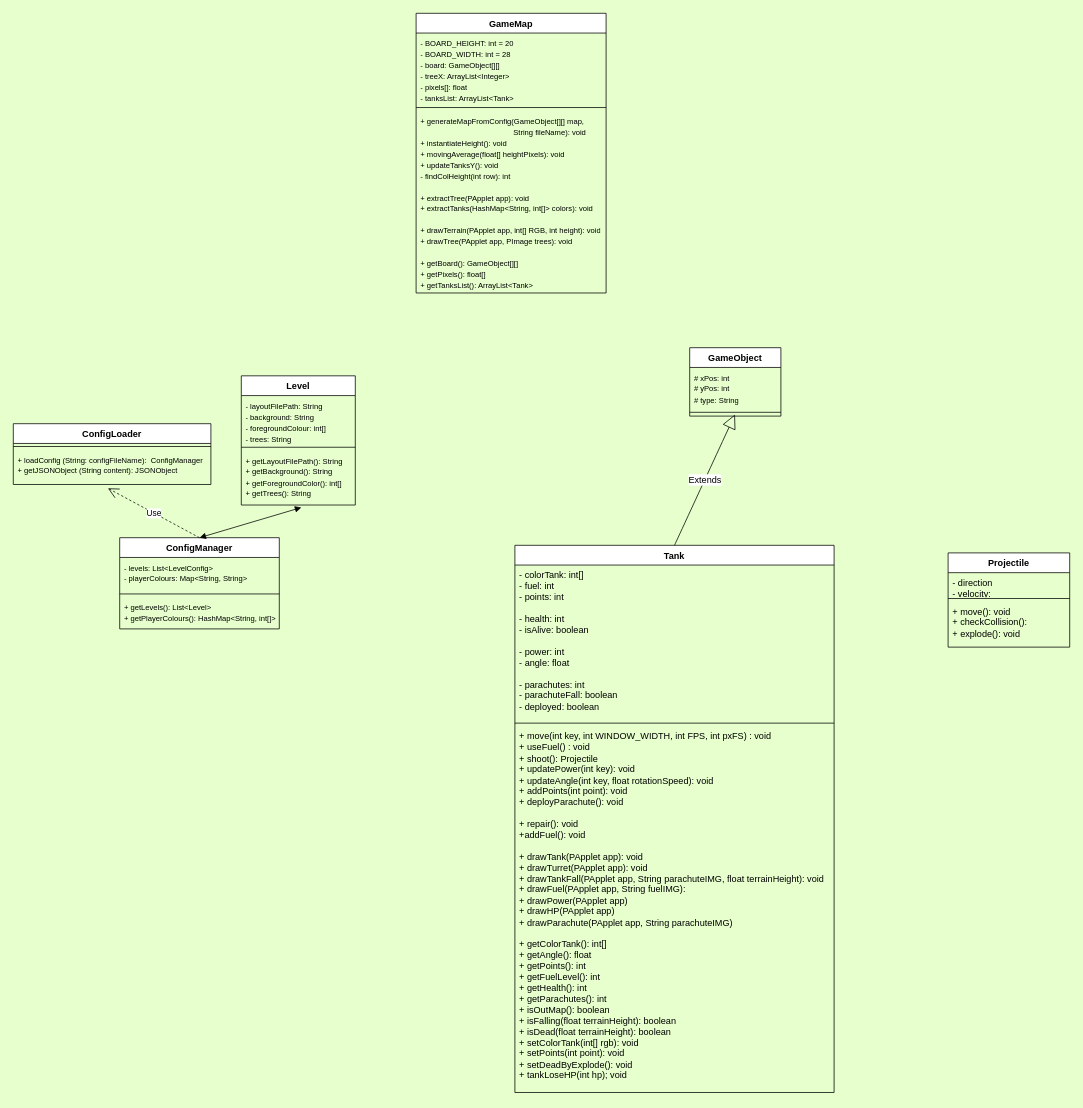
Before: Tanks Layout.drawio in NguyenChHieu/Tanks, a draw.io diagram. Source tidied: cells renumbered, new cells numbered last; positions are measured from the earlier drawing's top-left corner, leaving out a move shared by most shapes. Both pictures are drawn from the tidied source at 76%, with x=0, y=0 at pixel (13, 13).
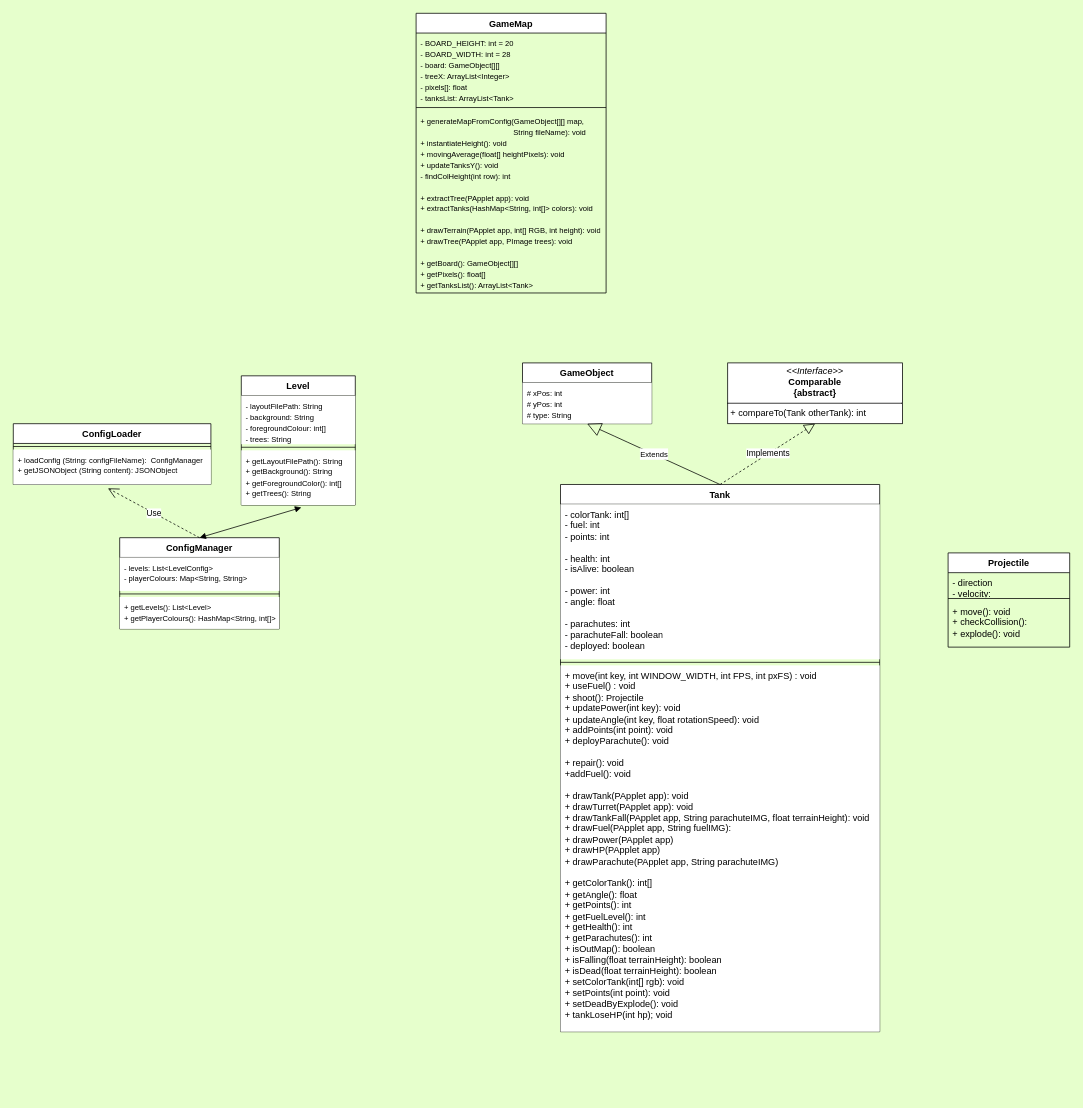
Above is the later version.

The change refers to these unchanged cells:
```xml
<mxCell id="6" value="ConfigManager" style="swimlane;fontStyle=1;align=center;verticalAlign=top;horizontal=1;startSize=26;whiteSpace=wrap;html=1;" parent="1" vertex="1">
  <mxGeometry x="140" y="690" width="210" height="120" as="geometry" />
</mxCell>
<mxCell id="10" value="Level" style="swimlane;fontStyle=1;align=center;verticalAlign=top;horizontal=1;startSize=26;whiteSpace=wrap;html=1;" parent="1" vertex="1">
  <mxGeometry x="300" y="477" width="150" height="170" as="geometry" />
</mxCell>
<mxCell id="22" value="ConfigLoader" style="swimlane;fontStyle=1;align=center;verticalAlign=top;horizontal=1;startSize=26;whiteSpace=wrap;html=1;" parent="1" vertex="1">
  <mxGeometry y="540" width="260" height="80" as="geometry" />
</mxCell>
```

Change to the diagram source:
```diff
@@
     <mxCell id="2" value="Tank" style="swimlane;fontStyle=1;align=center;verticalAlign=top;horizontal=1;startSize=26;whiteSpace=wrap;html=1;" parent="1" vertex="1">
-      <mxGeometry x="660" y="700" width="420" height="720" as="geometry" />
+      <mxGeometry x="720" y="620" width="420" height="720" as="geometry" />
     </mxCell>
-    <mxCell id="3" value="&lt;div&gt;- colorTank: int[]&lt;/div&gt;&lt;div&gt;- fuel: int&lt;/div&gt;&lt;div&gt;- points: int&lt;/div&gt;&lt;div&gt;&lt;br&gt;&lt;/div&gt;&lt;div&gt;- health: int&lt;/div&gt;&lt;div&gt;- isAlive: boolean&lt;/div&gt;&lt;div&gt;&lt;br&gt;&lt;/div&gt;&lt;div&gt;- power: int&lt;/div&gt;&lt;div&gt;- angle: float&lt;/div&gt;&lt;div&gt;&lt;br&gt;&lt;/div&gt;&lt;div&gt;- parachutes: int&lt;/div&gt;&lt;div&gt;- parachuteFall: boolean&lt;/div&gt;&lt;div&gt;- deployed: boolean&lt;/div&gt;" style="text;strokeColor=none;fillColor=none;align=left;verticalAlign=top;spacingLeft=4;spacingRight=4;overflow=hidden;whiteSpace=wrap;html=1;" parent="2" vertex="1">
+    <mxCell id="3" value="&lt;div&gt;- colorTank: int[]&lt;/div&gt;&lt;div&gt;- fuel: int&lt;/div&gt;&lt;div&gt;- points: int&lt;/div&gt;&lt;div&gt;&lt;br&gt;&lt;/div&gt;&lt;div&gt;- health: int&lt;/div&gt;&lt;div&gt;- isAlive: boolean&lt;/div&gt;&lt;div&gt;&lt;br&gt;&lt;/div&gt;&lt;div&gt;- power: int&lt;/div&gt;&lt;div&gt;- angle: float&lt;/div&gt;&lt;div&gt;&lt;br&gt;&lt;/div&gt;&lt;div&gt;- parachutes: int&lt;/div&gt;&lt;div&gt;- parachuteFall: boolean&lt;/div&gt;&lt;div&gt;- deployed: boolean&lt;/div&gt;" style="text;strokeColor=none;fillColor=default;align=left;verticalAlign=top;spacingLeft=4;spacingRight=4;overflow=hidden;whiteSpace=wrap;html=1;" parent="2" vertex="1">
       <mxGeometry y="26" width="420" height="204" as="geometry" />
     </mxCell>
@@
-    <mxCell id="5" value="&lt;font style=&quot;font-size: 12px;&quot;&gt;+ &lt;font style=&quot;&quot;&gt;move(int key,&amp;nbsp;&lt;/font&gt;&lt;/font&gt;&lt;span style=&quot;background-color: initial;&quot;&gt;int WINDOW_WIDTH,&amp;nbsp;&lt;/span&gt;&lt;span style=&quot;background-color: initial;&quot;&gt;int FPS,&amp;nbsp;&lt;/span&gt;&lt;span style=&quot;background-color: initial;&quot;&gt;int pxFS) : void&lt;/span&gt;&lt;div&gt;&lt;div&gt;+ useFuel() : void&lt;/div&gt;&lt;div&gt;+ shoot(): Projectile&lt;/div&gt;&lt;div&gt;&lt;div&gt;+ updatePower(int key): void&lt;/div&gt;&lt;/div&gt;&lt;div&gt;+ updateAngle(int key,&amp;nbsp;&lt;span style=&quot;background-color: initial;&quot;&gt;float rotationSpeed): void&lt;/span&gt;&lt;/div&gt;&lt;div&gt;+ addPoints(int point): void&lt;/div&gt;&lt;div&gt;+ deployParachute(): void&lt;/div&gt;&lt;div&gt;&lt;br&gt;&lt;/div&gt;&lt;div&gt;+ repair(): void&lt;/div&gt;&lt;div&gt;+addFuel(): void&lt;/div&gt;&lt;div&gt;&lt;br&gt;&lt;/div&gt;&lt;div&gt;+ drawTank(PApplet app): void&lt;/div&gt;&lt;/div&gt;&lt;div&gt;+ drawTurret(PApplet app): void&lt;/div&gt;&lt;div&gt;+ drawTankFall(PApplet app,&amp;nbsp;&lt;span style=&quot;background-color: initial;&quot;&gt;String parachuteIMG,&amp;nbsp;&lt;/span&gt;&lt;span style=&quot;background-color: initial;&quot;&gt;float terrainHeight): void&lt;/span&gt;&lt;/div&gt;&lt;div&gt;+ drawFuel(PApplet app,&amp;nbsp;&lt;span style=&quot;background-color: initial;&quot;&gt;String fuelIMG):&amp;nbsp;&lt;/span&gt;&lt;/div&gt;&lt;div&gt;+ drawPower(PApplet app)&lt;/div&gt;&lt;div&gt;+ drawHP(PApplet app)&lt;/div&gt;&lt;div&gt;+ drawParachute(PApplet app, String&amp;nbsp;&lt;span style=&quot;background-color: initial;&quot;&gt;parachuteIMG&lt;/span&gt;&lt;span style=&quot;background-color: initial;&quot;&gt;)&lt;/span&gt;&lt;/div&gt;&lt;div&gt;&lt;br&gt;&lt;/div&gt;&lt;div&gt;+ getColorTank(): int[]&lt;/div&gt;&lt;div&gt;+ getAngle(): float&lt;/div&gt;&lt;div&gt;+ getPoints(): int&lt;/div&gt;&lt;div&gt;+ getFuelLevel(): int&lt;/div&gt;&lt;div&gt;+ getHealth(): int&lt;/div&gt;&lt;div&gt;+ getParachutes(): int&lt;/div&gt;&lt;div&gt;+ isOutMap(): boolean&lt;/div&gt;&lt;div&gt;+ isFalling(float terrainHeight): boolean&lt;/div&gt;&lt;div&gt;+ isDead(&lt;span style=&quot;background-color: initial;&quot;&gt;float terrainHeight&lt;/span&gt;&lt;span style=&quot;background-color: initial;&quot;&gt;): boolean&lt;/span&gt;&lt;/div&gt;&lt;div&gt;+ setColorTank(int[] rgb): void&lt;/div&gt;&lt;div&gt;+ setPoints(int point): void&lt;/div&gt;&lt;div&gt;+ setDeadByExplode(): void&lt;/div&gt;&lt;div&gt;+ tankLoseHP(int hp); void&lt;/div&gt;&lt;div&gt;&lt;br&gt;&lt;/div&gt;" style="text;strokeColor=none;fillColor=none;align=left;verticalAlign=top;spacingLeft=4;spacingRight=4;overflow=hidden;whiteSpace=wrap;html=1;" parent="2" vertex="1">
+    <mxCell id="5" value="&lt;font style=&quot;font-size: 12px;&quot;&gt;+ &lt;font style=&quot;&quot;&gt;move(int key,&amp;nbsp;&lt;/font&gt;&lt;/font&gt;&lt;span style=&quot;background-color: initial;&quot;&gt;int WINDOW_WIDTH,&amp;nbsp;&lt;/span&gt;&lt;span style=&quot;background-color: initial;&quot;&gt;int FPS,&amp;nbsp;&lt;/span&gt;&lt;span style=&quot;background-color: initial;&quot;&gt;int pxFS) : void&lt;/span&gt;&lt;div&gt;&lt;div&gt;+ useFuel() : void&lt;/div&gt;&lt;div&gt;+ shoot(): Projectile&lt;/div&gt;&lt;div&gt;&lt;div&gt;+ updatePower(int key): void&lt;/div&gt;&lt;/div&gt;&lt;div&gt;+ updateAngle(int key,&amp;nbsp;&lt;span style=&quot;background-color: initial;&quot;&gt;float rotationSpeed): void&lt;/span&gt;&lt;/div&gt;&lt;div&gt;+ addPoints(int point): void&lt;/div&gt;&lt;div&gt;+ deployParachute(): void&lt;/div&gt;&lt;div&gt;&lt;br&gt;&lt;/div&gt;&lt;div&gt;+ repair(): void&lt;/div&gt;&lt;div&gt;+addFuel(): void&lt;/div&gt;&lt;div&gt;&lt;br&gt;&lt;/div&gt;&lt;div&gt;+ drawTank(PApplet app): void&lt;/div&gt;&lt;/div&gt;&lt;div&gt;+ drawTurret(PApplet app): void&lt;/div&gt;&lt;div&gt;+ drawTankFall(PApplet app,&amp;nbsp;&lt;span style=&quot;background-color: initial;&quot;&gt;String parachuteIMG,&amp;nbsp;&lt;/span&gt;&lt;span style=&quot;background-color: initial;&quot;&gt;float terrainHeight): void&lt;/span&gt;&lt;/div&gt;&lt;div&gt;+ drawFuel(PApplet app,&amp;nbsp;&lt;span style=&quot;background-color: initial;&quot;&gt;String fuelIMG):&amp;nbsp;&lt;/span&gt;&lt;/div&gt;&lt;div&gt;+ drawPower(PApplet app)&lt;/div&gt;&lt;div&gt;+ drawHP(PApplet app)&lt;/div&gt;&lt;div&gt;+ drawParachute(PApplet app, String&amp;nbsp;&lt;span style=&quot;background-color: initial;&quot;&gt;parachuteIMG&lt;/span&gt;&lt;span style=&quot;background-color: initial;&quot;&gt;)&lt;/span&gt;&lt;/div&gt;&lt;div&gt;&lt;br&gt;&lt;/div&gt;&lt;div&gt;+ getColorTank(): int[]&lt;/div&gt;&lt;div&gt;+ getAngle(): float&lt;/div&gt;&lt;div&gt;+ getPoints(): int&lt;/div&gt;&lt;div&gt;+ getFuelLevel(): int&lt;/div&gt;&lt;div&gt;+ getHealth(): int&lt;/div&gt;&lt;div&gt;+ getParachutes(): int&lt;/div&gt;&lt;div&gt;+ isOutMap(): boolean&lt;/div&gt;&lt;div&gt;+ isFalling(float terrainHeight): boolean&lt;/div&gt;&lt;div&gt;+ isDead(&lt;span style=&quot;background-color: initial;&quot;&gt;float terrainHeight&lt;/span&gt;&lt;span style=&quot;background-color: initial;&quot;&gt;): boolean&lt;/span&gt;&lt;/div&gt;&lt;div&gt;+ setColorTank(int[] rgb): void&lt;/div&gt;&lt;div&gt;+ setPoints(int point): void&lt;/div&gt;&lt;div&gt;+ setDeadByExplode(): void&lt;/div&gt;&lt;div&gt;+ tankLoseHP(int hp); void&lt;/div&gt;&lt;div&gt;&lt;br&gt;&lt;/div&gt;" style="text;strokeColor=none;fillColor=default;align=left;verticalAlign=top;spacingLeft=4;spacingRight=4;overflow=hidden;whiteSpace=wrap;html=1;" parent="2" vertex="1">
       <mxGeometry y="238" width="420" height="482" as="geometry" />
     </mxCell>
@@
-    <mxCell id="7" value="&lt;font style=&quot;font-size: 10px;&quot;&gt;- levels: List&amp;lt;LevelConfig&amp;gt;&lt;/font&gt;&lt;div&gt;&lt;font style=&quot;font-size: 10px;&quot;&gt;- playerColours: Map&amp;lt;String, String&amp;gt;&lt;/font&gt;&lt;/div&gt;" style="text;strokeColor=none;fillColor=none;align=left;verticalAlign=top;spacingLeft=4;spacingRight=4;overflow=hidden;whiteSpace=wrap;html=1;" parent="6" vertex="1">
+    <mxCell id="7" value="&lt;font style=&quot;font-size: 10px;&quot;&gt;- levels: List&amp;lt;LevelConfig&amp;gt;&lt;/font&gt;&lt;div&gt;&lt;font style=&quot;font-size: 10px;&quot;&gt;- playerColours: Map&amp;lt;String, String&amp;gt;&lt;/font&gt;&lt;/div&gt;" style="text;strokeColor=none;fillColor=default;align=left;verticalAlign=top;spacingLeft=4;spacingRight=4;overflow=hidden;whiteSpace=wrap;html=1;" parent="6" vertex="1">
       <mxGeometry y="26" width="210" height="44" as="geometry" />
     </mxCell>
@@
-    <mxCell id="9" value="&lt;font style=&quot;font-size: 10px;&quot;&gt;+ getLevels(): List&amp;lt;Level&amp;gt;&lt;/font&gt;&lt;div&gt;&lt;font style=&quot;font-size: 10px;&quot;&gt;+ getPlayerColours(): HashMap&amp;lt;String, int[]&amp;gt;&lt;/font&gt;&lt;/div&gt;" style="text;strokeColor=none;fillColor=none;align=left;verticalAlign=top;spacingLeft=4;spacingRight=4;overflow=hidden;whiteSpace=wrap;html=1;" parent="6" vertex="1">
+    <mxCell id="9" value="&lt;font style=&quot;font-size: 10px;&quot;&gt;+ getLevels(): List&amp;lt;Level&amp;gt;&lt;/font&gt;&lt;div&gt;&lt;font style=&quot;font-size: 10px;&quot;&gt;+ getPlayerColours(): HashMap&amp;lt;String, int[]&amp;gt;&lt;/font&gt;&lt;/div&gt;" style="text;strokeColor=none;fillColor=default;align=left;verticalAlign=top;spacingLeft=4;spacingRight=4;overflow=hidden;whiteSpace=wrap;html=1;" parent="6" vertex="1">
       <mxGeometry y="78" width="210" height="42" as="geometry" />
     </mxCell>
@@
-    <mxCell id="11" value="&lt;div&gt;&lt;font style=&quot;font-size: 10px;&quot;&gt;- layoutFilePath:&amp;nbsp;&lt;/font&gt;&lt;span style=&quot;font-size: 10px;&quot;&gt;String&lt;/span&gt;&lt;br&gt;&lt;/div&gt;&lt;div&gt;&lt;span style=&quot;background-color: initial;&quot;&gt;&lt;font style=&quot;font-size: 10px;&quot;&gt;- background:&amp;nbsp;&lt;/font&gt;&lt;/span&gt;&lt;span style=&quot;font-size: 10px;&quot;&gt;String&amp;nbsp;&lt;/span&gt;&lt;div&gt;&lt;font style=&quot;font-size: 10px;&quot;&gt;- foregroundColour: int[]&lt;/font&gt;&lt;/div&gt;&lt;div&gt;&lt;font style=&quot;font-size: 10px;&quot;&gt;- trees:&amp;nbsp;&lt;/font&gt;&lt;span style=&quot;font-size: 10px; background-color: initial;&quot;&gt;String&lt;/span&gt;&lt;/div&gt;&lt;/div&gt;" style="text;strokeColor=none;fillColor=none;align=left;verticalAlign=top;spacingLeft=4;spacingRight=4;overflow=hidden;whiteSpace=wrap;html=1;" parent="10" vertex="1">
+    <mxCell id="11" value="&lt;div&gt;&lt;font style=&quot;font-size: 10px;&quot;&gt;- layoutFilePath:&amp;nbsp;&lt;/font&gt;&lt;span style=&quot;font-size: 10px;&quot;&gt;String&lt;/span&gt;&lt;br&gt;&lt;/div&gt;&lt;div&gt;&lt;span style=&quot;background-color: initial;&quot;&gt;&lt;font style=&quot;font-size: 10px;&quot;&gt;- background:&amp;nbsp;&lt;/font&gt;&lt;/span&gt;&lt;span style=&quot;font-size: 10px;&quot;&gt;String&amp;nbsp;&lt;/span&gt;&lt;div&gt;&lt;font style=&quot;font-size: 10px;&quot;&gt;- foregroundColour: int[]&lt;/font&gt;&lt;/div&gt;&lt;div&gt;&lt;font style=&quot;font-size: 10px;&quot;&gt;- trees:&amp;nbsp;&lt;/font&gt;&lt;span style=&quot;font-size: 10px; background-color: initial;&quot;&gt;String&lt;/span&gt;&lt;/div&gt;&lt;/div&gt;" style="text;strokeColor=none;fillColor=default;align=left;verticalAlign=top;spacingLeft=4;spacingRight=4;overflow=hidden;whiteSpace=wrap;html=1;" parent="10" vertex="1">
       <mxGeometry y="26" width="150" height="64" as="geometry" />
     </mxCell>
@@
-    <mxCell id="13" value="&lt;font size=&quot;1&quot;&gt;+ getLayoutFilePath(): String&lt;/font&gt;&lt;div&gt;&lt;font size=&quot;1&quot;&gt;+ getBackground(): String&lt;/font&gt;&lt;/div&gt;&lt;div&gt;&lt;font size=&quot;1&quot;&gt;+ getForegroundColor(): int[]&lt;/font&gt;&lt;/div&gt;&lt;div&gt;&lt;font size=&quot;1&quot;&gt;+ getTrees(): String&lt;/font&gt;&lt;/div&gt;" style="text;strokeColor=none;fillColor=none;align=left;verticalAlign=top;spacingLeft=4;spacingRight=4;overflow=hidden;points=[[0,0.5],[1,0.5]];portConstraint=eastwest;whiteSpace=wrap;html=1;" parent="10" vertex="1">
+    <mxCell id="13" value="&lt;font size=&quot;1&quot;&gt;+ getLayoutFilePath(): String&lt;/font&gt;&lt;div&gt;&lt;font size=&quot;1&quot;&gt;+ getBackground(): String&lt;/font&gt;&lt;/div&gt;&lt;div&gt;&lt;font size=&quot;1&quot;&gt;+ getForegroundColor(): int[]&lt;/font&gt;&lt;/div&gt;&lt;div&gt;&lt;font size=&quot;1&quot;&gt;+ getTrees(): String&lt;/font&gt;&lt;/div&gt;" style="text;strokeColor=none;fillColor=default;align=left;verticalAlign=top;spacingLeft=4;spacingRight=4;overflow=hidden;points=[[0,0.5],[1,0.5]];portConstraint=eastwest;whiteSpace=wrap;html=1;" parent="10" vertex="1">
       <mxGeometry y="98" width="150" height="72" as="geometry" />
     </mxCell>
@@
-    <mxCell id="24" value="&lt;font style=&quot;font-size: 10px;&quot;&gt;+ loadConfig (String: configFileName): &amp;nbsp;ConfigManager&lt;/font&gt;&lt;div&gt;&lt;font style=&quot;font-size: 10px;&quot;&gt;+ getJSONObject (String content): JSONObject&lt;/font&gt;&lt;/div&gt;" style="text;strokeColor=none;fillColor=none;align=left;verticalAlign=top;spacingLeft=4;spacingRight=4;overflow=hidden;points=[[0,0.5],[1,0.5]];portConstraint=eastwest;whiteSpace=wrap;html=1;" parent="22" vertex="1">
+    <mxCell id="24" value="&lt;font style=&quot;font-size: 10px;&quot;&gt;+ loadConfig (String: configFileName): &amp;nbsp;ConfigManager&lt;/font&gt;&lt;div&gt;&lt;font style=&quot;font-size: 10px;&quot;&gt;+ getJSONObject (String content): JSONObject&lt;/font&gt;&lt;/div&gt;" style="text;strokeColor=none;fillColor=default;align=left;verticalAlign=top;spacingLeft=4;spacingRight=4;overflow=hidden;points=[[0,0.5],[1,0.5]];portConstraint=eastwest;whiteSpace=wrap;html=1;" parent="22" vertex="1">
       <mxGeometry y="34" width="260" height="46" as="geometry" />
     </mxCell>
@@
     <mxCell id="27" value="GameObject" style="swimlane;fontStyle=1;align=center;verticalAlign=top;horizontal=1;startSize=26;whiteSpace=wrap;html=1;" parent="1" vertex="1">
-      <mxGeometry x="890" y="440" width="120" height="90" as="geometry" />
+      <mxGeometry x="670" y="460" width="170" height="80" as="geometry" />
     </mxCell>
-    <mxCell id="28" value="&lt;font style=&quot;font-size: 10px;&quot;&gt;# xPos: int&lt;/font&gt;&lt;div&gt;&lt;font style=&quot;font-size: 10px;&quot;&gt;# yPos: int&lt;/font&gt;&lt;/div&gt;&lt;div&gt;&lt;font style=&quot;font-size: 10px;&quot;&gt;# type: String&lt;/font&gt;&lt;/div&gt;" style="text;strokeColor=none;fillColor=none;align=left;verticalAlign=top;spacingLeft=4;spacingRight=4;overflow=hidden;whiteSpace=wrap;html=1;" parent="27" vertex="1">
-      <mxGeometry y="26" width="120" height="54" as="geometry" />
+    <mxCell id="28" value="&lt;font style=&quot;font-size: 10px;&quot;&gt;# xPos: int&lt;/font&gt;&lt;div&gt;&lt;font style=&quot;font-size: 10px;&quot;&gt;# yPos: int&lt;/font&gt;&lt;/div&gt;&lt;div&gt;&lt;font style=&quot;font-size: 10px;&quot;&gt;# type: String&lt;/font&gt;&lt;/div&gt;" style="text;strokeColor=none;fillColor=default;align=left;verticalAlign=top;spacingLeft=4;spacingRight=4;overflow=hidden;whiteSpace=wrap;html=1;" parent="27" vertex="1">
+      <mxGeometry y="26" width="170" height="54" as="geometry" />
     </mxCell>
-    <mxCell id="29" style="line;strokeWidth=1;fillColor=none;align=left;verticalAlign=middle;spacingTop=-1;spacingLeft=3;spacingRight=3;labelPosition=right;strokeColor=inherit;" parent="27" vertex="1">
-      <mxGeometry y="80" width="120" height="10" as="geometry" />
-    </mxCell>
-    <mxCell id="30" value="Extends" style="endArrow=block;endSize=16;endFill=0;html=1;rounded=0;fontSize=12;curved=1;exitX=0.5;exitY=0;exitDx=0;exitDy=0;" parent="1" edge="1" source="2">
-      <mxGeometry relative="1" as="geometry">
-        <mxPoint x="949.5" y="528" as="targetPoint" />
-      </mxGeometry>
+    <mxCell id="30" value="&lt;font style=&quot;font-size: 10px;&quot;&gt;Extends&lt;/font&gt;" style="endArrow=block;endSize=16;endFill=0;html=1;rounded=0;fontSize=12;curved=1;exitX=0.5;exitY=0;exitDx=0;exitDy=0;entryX=0.5;entryY=1;entryDx=0;entryDy=0;" parent="1" edge="1" source="2" target="27">
+      <mxGeometry relative="1" as="geometry" />
     </mxCell>
@@
+    <mxCell id="32" value="&lt;p style=&quot;margin:0px;margin-top:4px;text-align:center;&quot;&gt;&lt;i&gt;&amp;lt;&amp;lt;Interface&amp;gt;&amp;gt;&lt;/i&gt;&lt;br&gt;&lt;b&gt;Comparable&lt;/b&gt;&lt;/p&gt;&lt;div style=&quot;text-align: center;&quot;&gt;&lt;b&gt;{abstract}&lt;/b&gt;&lt;/div&gt;&lt;hr size=&quot;1&quot; style=&quot;border-style:solid;&quot;&gt;&lt;p style=&quot;margin:0px;margin-left:4px;&quot;&gt;+ compareTo(Tank otherTank): int&lt;/p&gt;" style="verticalAlign=top;align=left;overflow=fill;html=1;whiteSpace=wrap;" parent="1" vertex="1">
+      <mxGeometry x="940" y="460" width="230" height="80" as="geometry" />
+    </mxCell>
+    <mxCell id="33" style="endArrow=block;dashed=1;endFill=0;endSize=12;html=1;rounded=0;exitX=0.5;exitY=0;exitDx=0;exitDy=0;entryX=0.5;entryY=1;entryDx=0;entryDy=0;" parent="1" edge="1" source="2" target="32">
+      <mxGeometry relative="1" as="geometry" />
+    </mxCell>
+    <mxCell id="34" value="Implements" style="edgeLabel;html=1;align=center;verticalAlign=middle;" parent="33" vertex="1">
+      <mxGeometry x="0.01" y="1" relative="1" as="geometry" />
+    </mxCell>
```
